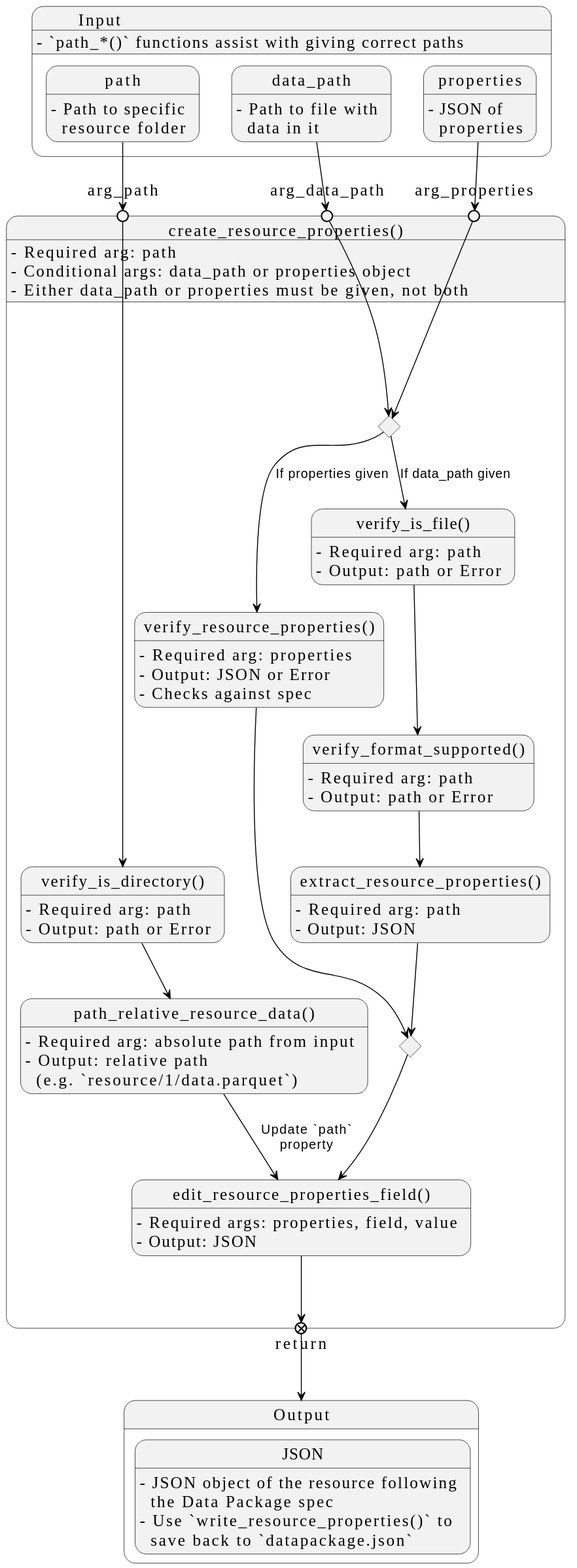
The PlantUML diagram docs/design/images/core-python-functions/create-resource-properties.svg in seedcase-project/seedcase-sprout, before a commit.
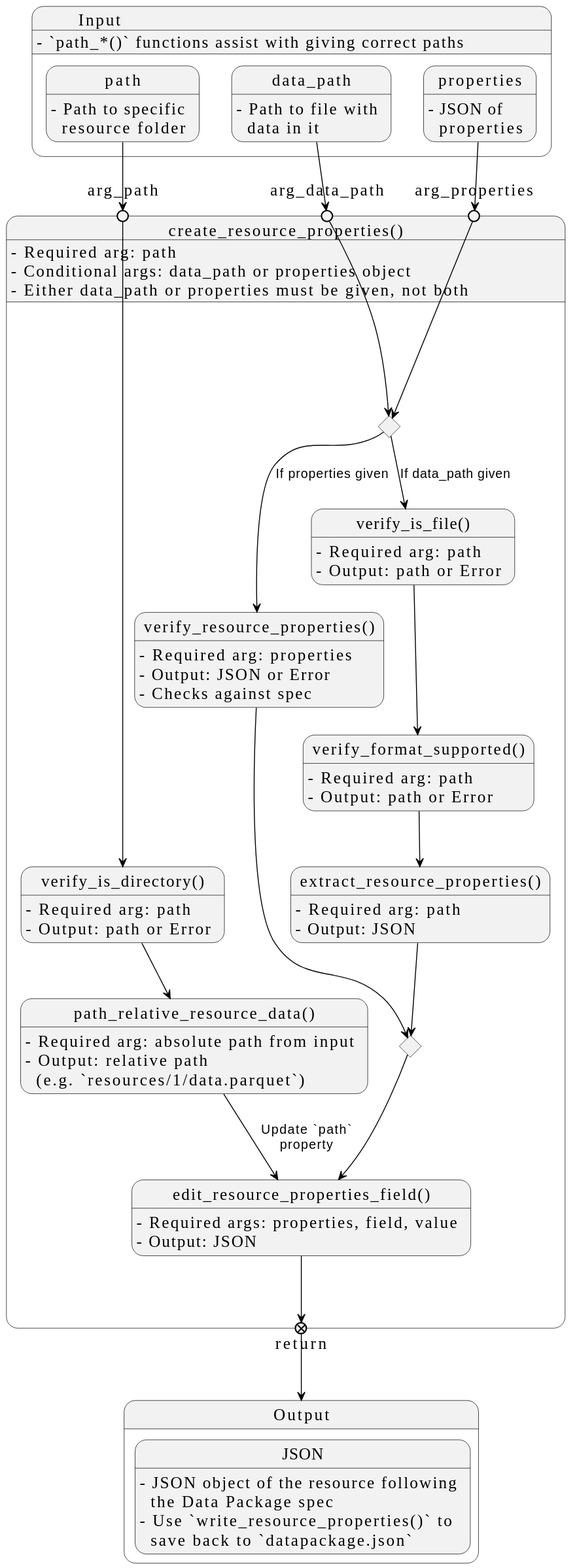
The same diagram one commit later.

Commit message:
chore: :memo: regenerate svg

Change to the diagram source:
```diff
@@ -39,7 +39,7 @@
 
   state "path_relative_resource_data()" as prrd
   prrd : - Required arg: absolute path from input
-  prrd : - Output: relative path\n  (e.g. `resource/1/data.parquet`)
+  prrd : - Output: relative path\n  (e.g. `resources/1/data.parquet`)
   vid --> prrd
 
   state condition_input <<choice>>
```
